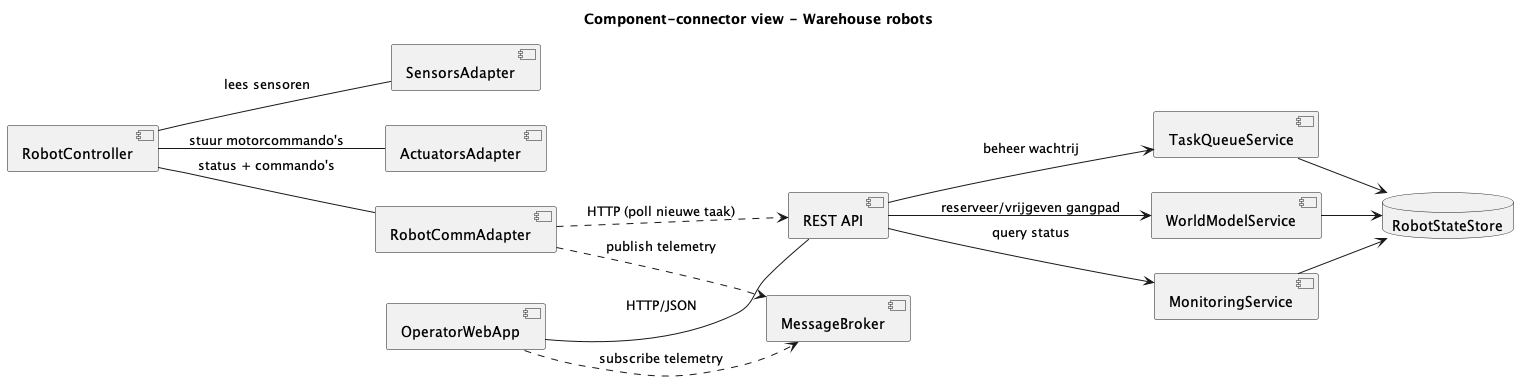
JitseLambrichts/Diagrams_For_Project_Cyber_Physical_Systems keeps this PlantUML diagram as out/component-connector_view/ComponentConnectorView.png. Above is the earlier version.
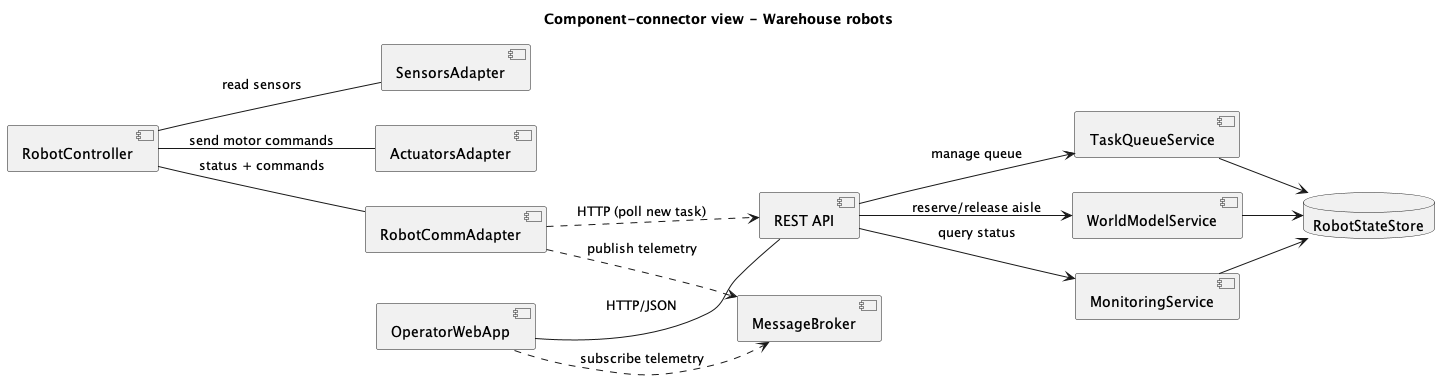
After the change.

The edit, as a diff of the source:
```diff
@@ -18,15 +18,15 @@
 
 component "OperatorWebApp" as UI
 
-RC -- SA : lees sensoren
-RC -- AA : stuur motorcommando's
-RC -- RCA : status + commando's
+RC -- SA : read sensors
+RC -- AA : send motor commands
+RC -- RCA : status + commands
 
-RCA ..> REST : HTTP (poll nieuwe taak)
+RCA ..> REST : HTTP (poll new task)
 RCA ..> MB : publish telemetry
 
-REST --> TQS : beheer wachtrij
-REST --> WMS : reserveer/vrijgeven gangpad
+REST --> TQS : manage queue
+REST --> WMS : reserve/release aisle
 REST --> MON : query status
 
 TQS --> DB
```
